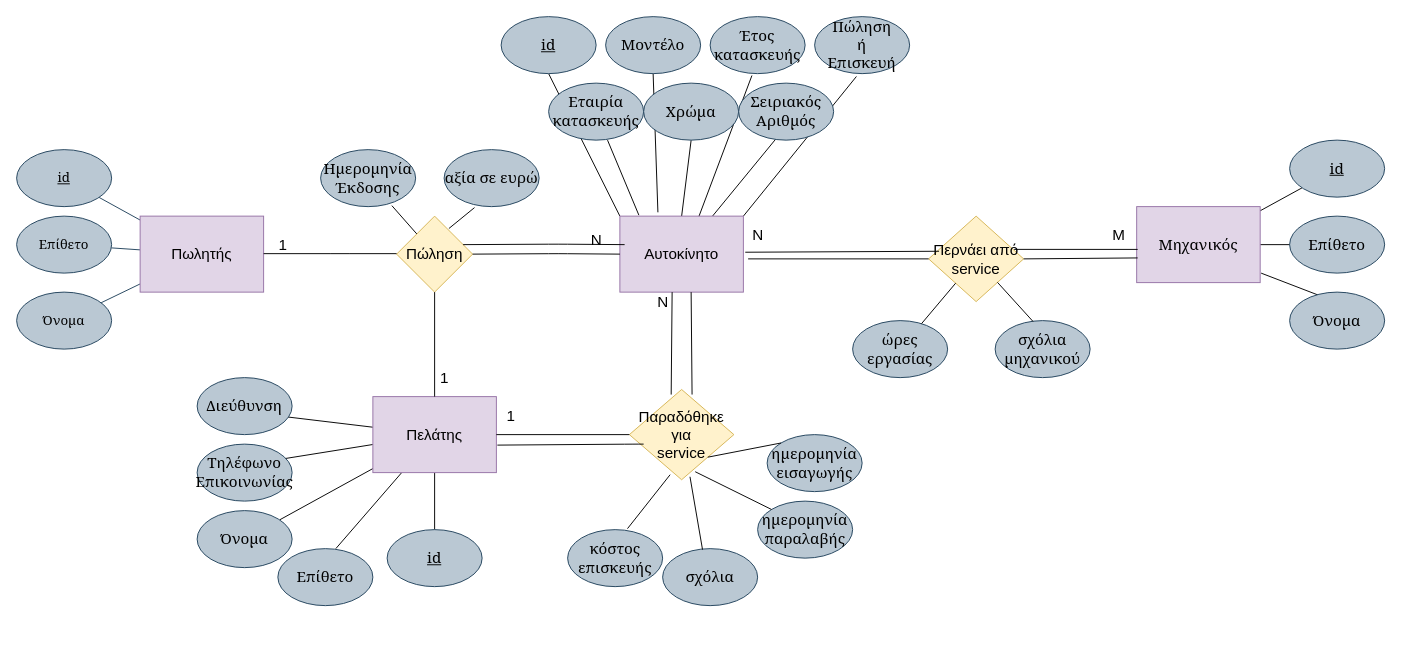
Before: Untitled Diagram.drawio in mariapaikou/CarDealership-, a draw.io diagram. Source tidied: cells renumbered, new cells numbered last; positions are measured from the earlier drawing's top-left corner, leaving out a move shared by most shapes. Both pictures are drawn from the tidied source at 95%, with x=0, y=0 at pixel (16, 16).
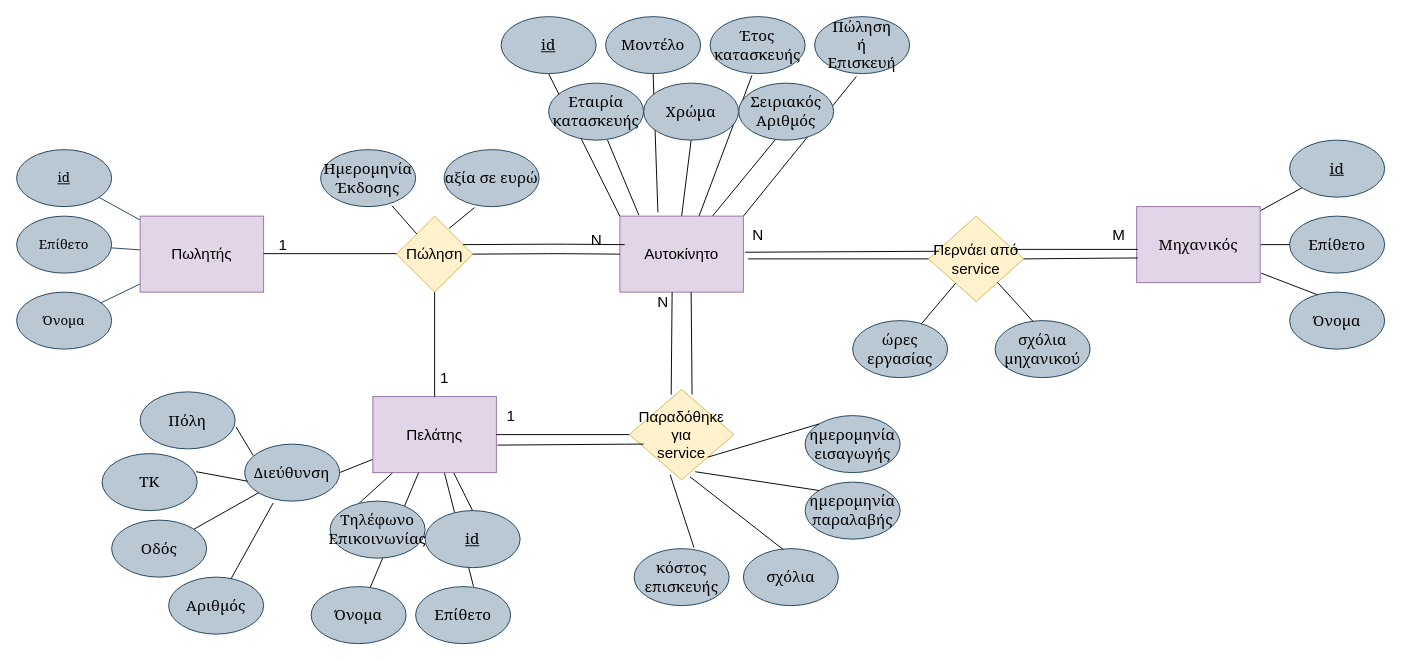
Above is the later version.

Commit message:
νεες διορθωσεις

The change refers to these unchanged cells:
```xml
<mxCell id="36" value="Πελάτης" style="rounded=0;whiteSpace=wrap;html=1;fillColor=#e1d5e7;strokeColor=#9673a6;fontSize=16;" parent="1" vertex="1">
  <mxGeometry x="375" y="400" width="130" height="80" as="geometry" />
</mxCell>
```

What changed in the source:
```diff
@@
-    <mxCell id="33" style="edgeStyle=none;rounded=1;jettySize=auto;html=1;fontFamily=Georgia;endArrow=none;endFill=0;fontSize=16;" parent="1" edge="1" source="36" target="39">
-      <mxGeometry relative="1" as="geometry" />
-    </mxCell>
@@
-    <mxCell id="35" style="edgeStyle=none;rounded=1;jettySize=auto;html=1;entryX=0;entryY=0.5;entryDx=0;entryDy=0;fontFamily=Georgia;endArrow=none;endFill=0;fontSize=16;" parent="1" edge="1" source="36" target="41">
+    <mxCell id="35" style="edgeStyle=none;rounded=1;jettySize=auto;html=1;entryX=1;entryY=0.5;entryDx=0;entryDy=0;fontFamily=Georgia;endArrow=none;endFill=0;fontSize=16;" parent="1" edge="1" source="36" target="41">
       <mxGeometry relative="1" as="geometry" />
     </mxCell>
@@
     <mxCell id="37" value="&lt;u&gt;id&lt;/u&gt;" style="ellipse;whiteSpace=wrap;html=1;fontFamily=Georgia;fillColor=#bac8d3;strokeColor=#23445d;fontSize=16;" parent="1" vertex="1">
-      <mxGeometry x="390" y="540" width="100" height="60" as="geometry" />
+      <mxGeometry x="430" y="520" width="100" height="60" as="geometry" />
     </mxCell>
     <mxCell id="38" value="&lt;div style=&quot;font-size: 16px;&quot;&gt;Επίθετο&lt;/div&gt;" style="ellipse;whiteSpace=wrap;html=1;fontFamily=Georgia;fillColor=#bac8d3;strokeColor=#23445d;fontSize=16;" parent="1" vertex="1">
-      <mxGeometry x="275" y="560" width="100" height="60" as="geometry" />
+      <mxGeometry x="420" y="600" width="100" height="60" as="geometry" />
     </mxCell>
     <mxCell id="39" value="Όνομα" style="ellipse;whiteSpace=wrap;html=1;fontFamily=Georgia;fillColor=#bac8d3;strokeColor=#23445d;fontSize=16;" parent="1" vertex="1">
-      <mxGeometry x="190" y="520" width="100" height="60" as="geometry" />
+      <mxGeometry x="310" y="600" width="100" height="60" as="geometry" />
     </mxCell>
-    <mxCell id="40" value="&lt;div style=&quot;font-size: 16px;&quot;&gt;Τηλέφωνο&lt;/div&gt;&lt;div style=&quot;font-size: 16px;&quot;&gt;Επικοινωνίας&lt;br style=&quot;font-size: 16px;&quot;&gt;&lt;/div&gt;" style="ellipse;whiteSpace=wrap;html=1;fontFamily=Georgia;fillColor=#bac8d3;strokeColor=#23445d;fontSize=16;" parent="1" vertex="1">
-      <mxGeometry x="190" y="450" width="100" height="60" as="geometry" />
-    </mxCell>
     <mxCell id="41" value="&lt;div style=&quot;font-size: 16px;&quot;&gt;Διεύθυνση&lt;/div&gt;" style="ellipse;whiteSpace=wrap;html=1;fontFamily=Georgia;fillColor=#bac8d3;strokeColor=#23445d;fontSize=16;" parent="1" vertex="1">
-      <mxGeometry x="190" y="380" width="100" height="60" as="geometry" />
+      <mxGeometry x="240" y="450" width="100" height="60" as="geometry" />
     </mxCell>
@@
     <mxCell id="61" value="&lt;div style=&quot;font-size: 16px;&quot;&gt;ημερομηνία&lt;/div&gt;&lt;div style=&quot;font-size: 16px;&quot;&gt;εισαγωγής&lt;br style=&quot;font-size: 16px;&quot;&gt;&lt;/div&gt;" style="ellipse;whiteSpace=wrap;html=1;fontFamily=Georgia;fillColor=#bac8d3;strokeColor=#23445d;fontSize=16;" parent="1" vertex="1">
-      <mxGeometry x="790" y="440" width="100" height="60" as="geometry" />
+      <mxGeometry x="830" y="420" width="100" height="60" as="geometry" />
     </mxCell>
     <mxCell id="62" value="&lt;div style=&quot;font-size: 16px;&quot;&gt;ημερομηνία &lt;br style=&quot;font-size: 16px;&quot;&gt;&lt;/div&gt;&lt;div style=&quot;font-size: 16px;&quot;&gt;παραλαβής&lt;br style=&quot;font-size: 16px;&quot;&gt;&lt;/div&gt;" style="ellipse;whiteSpace=wrap;html=1;fontFamily=Georgia;fillColor=#bac8d3;strokeColor=#23445d;fontSize=16;" parent="1" vertex="1">
-      <mxGeometry x="780" y="510" width="100" height="60" as="geometry" />
+      <mxGeometry x="830" y="490" width="100" height="60" as="geometry" />
     </mxCell>
     <mxCell id="63" value="σχόλια" style="ellipse;whiteSpace=wrap;html=1;fontFamily=Georgia;fillColor=#bac8d3;strokeColor=#23445d;fontSize=16;" parent="1" vertex="1">
-      <mxGeometry x="680" y="560" width="100" height="60" as="geometry" />
+      <mxGeometry x="765" y="560" width="100" height="60" as="geometry" />
     </mxCell>
     <mxCell id="64" value="&lt;div style=&quot;font-size: 16px;&quot;&gt;κόστος&lt;/div&gt;&lt;div style=&quot;font-size: 16px;&quot;&gt;επισκευής&lt;br style=&quot;font-size: 16px;&quot;&gt;&lt;/div&gt;" style="ellipse;whiteSpace=wrap;html=1;fontFamily=Georgia;fillColor=#bac8d3;strokeColor=#23445d;fontSize=16;" parent="1" vertex="1">
-      <mxGeometry x="580" y="540" width="100" height="60" as="geometry" />
+      <mxGeometry x="650" y="560" width="100" height="60" as="geometry" />
     </mxCell>
@@
+    <mxCell id="80" value="Πόλη" style="ellipse;whiteSpace=wrap;html=1;fontFamily=Georgia;fillColor=#bac8d3;strokeColor=#23445d;fontSize=16;" parent="1" vertex="1">
+      <mxGeometry x="130" y="395" width="100" height="60" as="geometry" />
+    </mxCell>
+    <mxCell id="81" value="ΤΚ" style="ellipse;whiteSpace=wrap;html=1;fontFamily=Georgia;fillColor=#bac8d3;strokeColor=#23445d;fontSize=16;" parent="1" vertex="1">
+      <mxGeometry x="90" y="460" width="100" height="60" as="geometry" />
+    </mxCell>
+    <mxCell id="82" value="Οδός" style="ellipse;whiteSpace=wrap;html=1;fontFamily=Georgia;fillColor=#bac8d3;strokeColor=#23445d;fontSize=16;" parent="1" vertex="1">
+      <mxGeometry x="100" y="530" width="100" height="60" as="geometry" />
+    </mxCell>
+    <mxCell id="83" value="Αριθμός" style="ellipse;whiteSpace=wrap;html=1;fontFamily=Georgia;fillColor=#bac8d3;strokeColor=#23445d;fontSize=16;" parent="1" vertex="1">
+      <mxGeometry x="160" y="590" width="100" height="60" as="geometry" />
+    </mxCell>
+    <mxCell id="33" style="edgeStyle=none;rounded=1;jettySize=auto;html=1;fontFamily=Georgia;endArrow=none;endFill=0;fontSize=16;" parent="1" edge="1" source="36" target="39">
+      <mxGeometry relative="1" as="geometry" />
+    </mxCell>
+    <mxCell id="40" value="&lt;div style=&quot;font-size: 16px;&quot;&gt;Τηλέφωνο&lt;/div&gt;&lt;div style=&quot;font-size: 16px;&quot;&gt;Επικοινωνίας&lt;br style=&quot;font-size: 16px;&quot;&gt;&lt;/div&gt;" style="ellipse;whiteSpace=wrap;html=1;fontFamily=Georgia;fillColor=#bac8d3;strokeColor=#23445d;fontSize=16;" parent="1" vertex="1">
+      <mxGeometry x="330" y="510" width="100" height="60" as="geometry" />
+    </mxCell>
+    <mxCell id="84" style="edgeStyle=none;rounded=1;jettySize=auto;html=1;entryX=1.01;entryY=0.617;entryDx=0;entryDy=0;fontFamily=Georgia;endArrow=none;endFill=0;fontSize=16;exitX=0.09;exitY=0.2;exitDx=0;exitDy=0;entryPerimeter=0;exitPerimeter=0;" parent="1" edge="1" source="41" target="80">
+      <mxGeometry relative="1" as="geometry" />
+    </mxCell>
+    <mxCell id="85" style="edgeStyle=none;rounded=1;jettySize=auto;html=1;entryX=0.99;entryY=0.317;entryDx=0;entryDy=0;fontFamily=Georgia;endArrow=none;endFill=0;fontSize=16;exitX=0.03;exitY=0.65;exitDx=0;exitDy=0;exitPerimeter=0;entryPerimeter=0;" parent="1" edge="1" source="41" target="81">
+      <mxGeometry relative="1" as="geometry" />
+    </mxCell>
+    <mxCell id="86" style="edgeStyle=none;rounded=1;jettySize=auto;html=1;fontFamily=Georgia;endArrow=none;endFill=0;fontSize=16;exitX=0;exitY=1;exitDx=0;exitDy=0;" parent="1" edge="1" source="41" target="82">
+      <mxGeometry relative="1" as="geometry" />
+    </mxCell>
+    <mxCell id="87" style="edgeStyle=none;rounded=1;jettySize=auto;html=1;fontFamily=Georgia;endArrow=none;endFill=0;fontSize=16;exitX=0.3;exitY=1.033;exitDx=0;exitDy=0;exitPerimeter=0;" parent="1" edge="1" source="41" target="83">
+      <mxGeometry relative="1" as="geometry" />
+    </mxCell>
```
